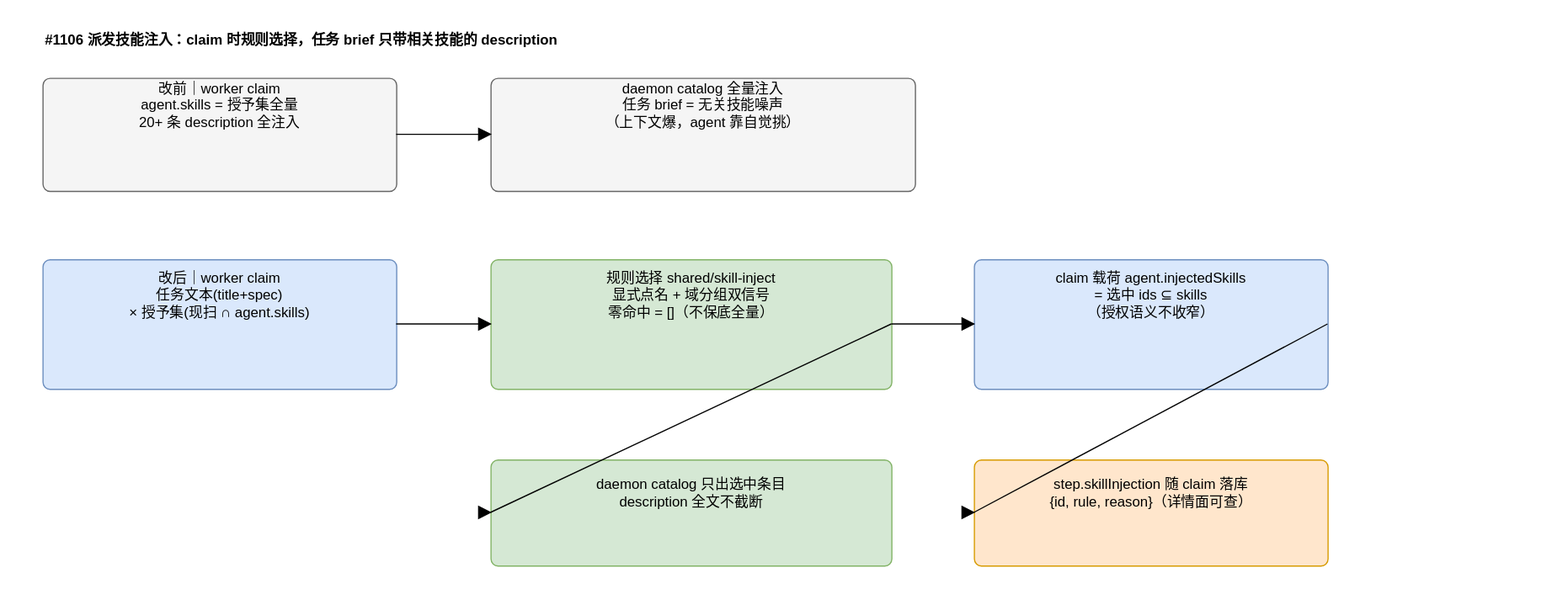
Above: docs/verify/1106/skill-inject-flow.drawio.svg in xiechimon/pacman (draw.io), before the change. Source tidied: cells renumbered, new cells last; positions are measured from the earlier drawing's top-left corner, leaving out a move shared by most shapes. Source of this version:
```xml
<mxGraphModel>
  <root>
    <mxCell id="0" />
    <mxCell id="1" parent="0" />
    <mxCell id="2" value="#1106 派发技能注入：claim 时规则选择，任务 brief 只带相关技能的 description" style="text;html=1;fontSize=12;align=left;" parent="1" vertex="1">
      <mxGeometry width="620" height="30" as="geometry" />
    </mxCell>
    <mxCell id="3" value="改前｜worker claim&lt;br&gt;agent.skills = 授予集全量&lt;br&gt;20+ 条 description 全注入" style="rounded=1;html=1;whiteSpace=wrap;fillColor=#f5f5f5;strokeColor=#666666;fontSize=12;" parent="1" vertex="1">
      <mxGeometry y="46" width="300" height="96" as="geometry" />
    </mxCell>
    <mxCell id="4" value="daemon catalog 全量注入&lt;br&gt;任务 brief = 无关技能噪声&lt;br&gt;（上下文爆，agent 靠自觉挑）" style="rounded=1;html=1;whiteSpace=wrap;fillColor=#f5f5f5;strokeColor=#666666;fontSize=12;" parent="1" vertex="1">
      <mxGeometry x="380" y="46" width="360" height="96" as="geometry" />
    </mxCell>
    <mxCell id="5" value="改后｜worker claim&lt;br&gt;任务文本(title+spec)&lt;br&gt;× 授予集(现扫 ∩ agent.skills)" style="rounded=1;html=1;whiteSpace=wrap;fillColor=#dae8fc;strokeColor=#6c8ebf;fontSize=12;" parent="1" vertex="1">
      <mxGeometry y="200" width="300" height="110" as="geometry" />
    </mxCell>
    <mxCell id="6" value="规则选择 shared/skill-inject&lt;br&gt;显式点名 + 域分组双信号&lt;br&gt;零命中 = []（不保底全量）" style="rounded=1;html=1;whiteSpace=wrap;fillColor=#d5e8d4;strokeColor=#82b366;fontSize=12;" parent="1" vertex="1">
      <mxGeometry x="380" y="200" width="340" height="110" as="geometry" />
    </mxCell>
    <mxCell id="7" value="claim 载荷 agent.injectedSkills&lt;br&gt;= 选中 ids ⊆ skills&lt;br&gt;（授权语义不收窄）" style="rounded=1;html=1;whiteSpace=wrap;fillColor=#dae8fc;strokeColor=#6c8ebf;fontSize=12;" parent="1" vertex="1">
      <mxGeometry x="790" y="200" width="300" height="110" as="geometry" />
    </mxCell>
    <mxCell id="8" value="daemon catalog 只出选中条目&lt;br&gt;description 全文不截断" style="rounded=1;html=1;whiteSpace=wrap;fillColor=#d5e8d4;strokeColor=#82b366;fontSize=12;" parent="1" vertex="1">
      <mxGeometry x="380" y="370" width="340" height="90" as="geometry" />
    </mxCell>
    <mxCell id="9" value="step.skillInjection 随 claim 落库&lt;br&gt;{id, rule, reason}（详情面可查）" style="rounded=1;html=1;whiteSpace=wrap;fillColor=#ffe6cc;strokeColor=#d79b00;fontSize=12;" parent="1" vertex="1">
      <mxGeometry x="790" y="370" width="300" height="90" as="geometry" />
    </mxCell>
    <mxCell id="10" style="edgeStyle=none;html=1;" parent="1" edge="1" source="3" target="4">
      <mxGeometry relative="1" as="geometry" />
    </mxCell>
    <mxCell id="11" style="edgeStyle=none;html=1;" parent="1" edge="1" source="5" target="6">
      <mxGeometry relative="1" as="geometry" />
    </mxCell>
    <mxCell id="12" style="edgeStyle=none;html=1;" parent="1" edge="1" source="6" target="7">
      <mxGeometry relative="1" as="geometry" />
    </mxCell>
    <mxCell id="13" style="edgeStyle=none;html=1;" parent="1" edge="1" source="7" target="9">
      <mxGeometry relative="1" as="geometry" />
    </mxCell>
    <mxCell id="14" style="edgeStyle=none;html=1;" parent="1" edge="1" source="6" target="8">
      <mxGeometry relative="1" as="geometry" />
    </mxCell>
  </root>
</mxGraphModel>
```
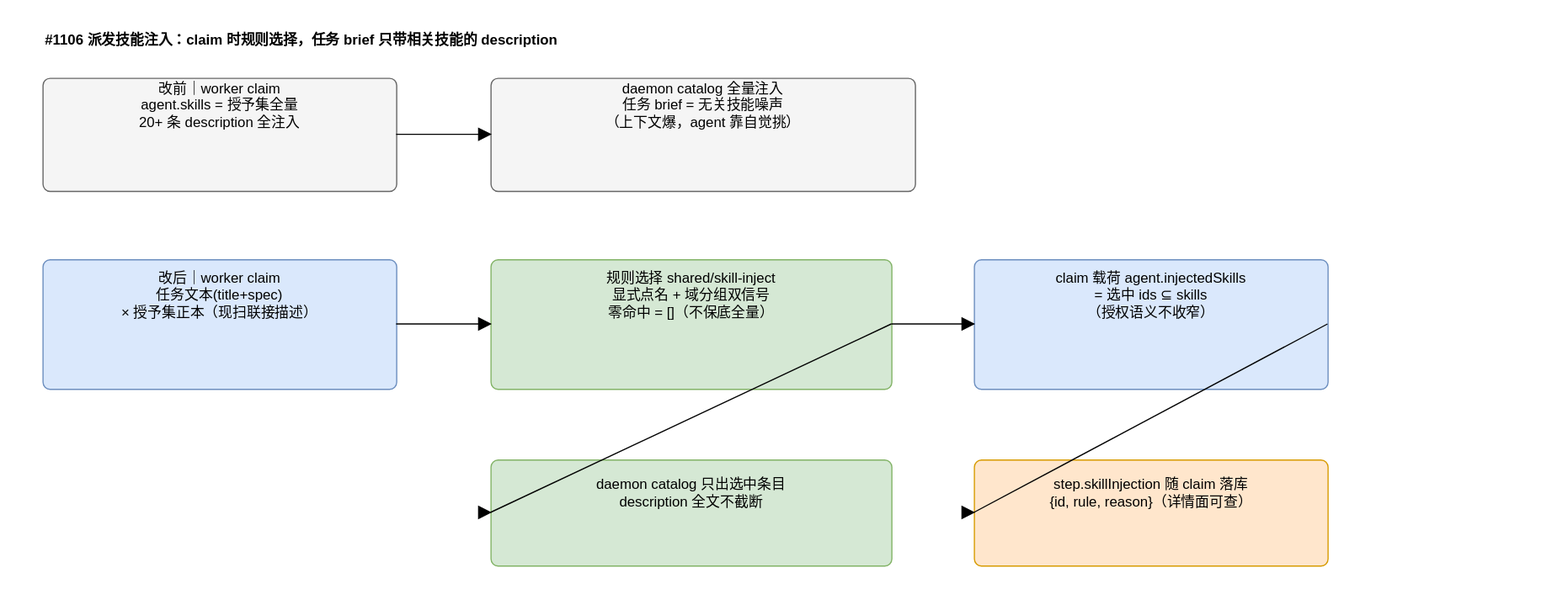
After the commit.

Commit message:
docs(1106): ship the drawio source and sync the selection wording

What changed in the source:
```diff
@@ -11,7 +11,7 @@
     <mxCell id="4" value="daemon catalog 全量注入&lt;br&gt;任务 brief = 无关技能噪声&lt;br&gt;（上下文爆，agent 靠自觉挑）" style="rounded=1;html=1;whiteSpace=wrap;fillColor=#f5f5f5;strokeColor=#666666;fontSize=12;" parent="1" vertex="1">
       <mxGeometry x="380" y="46" width="360" height="96" as="geometry" />
     </mxCell>
-    <mxCell id="5" value="改后｜worker claim&lt;br&gt;任务文本(title+spec)&lt;br&gt;× 授予集(现扫 ∩ agent.skills)" style="rounded=1;html=1;whiteSpace=wrap;fillColor=#dae8fc;strokeColor=#6c8ebf;fontSize=12;" parent="1" vertex="1">
+    <mxCell id="5" value="改后｜worker claim&lt;br&gt;任务文本(title+spec)&lt;br&gt;× 授予集正本（现扫联接描述）" style="rounded=1;html=1;whiteSpace=wrap;fillColor=#dae8fc;strokeColor=#6c8ebf;fontSize=12;" parent="1" vertex="1">
       <mxGeometry y="200" width="300" height="110" as="geometry" />
     </mxCell>
     <mxCell id="6" value="规则选择 shared/skill-inject&lt;br&gt;显式点名 + 域分组双信号&lt;br&gt;零命中 = []（不保底全量）" style="rounded=1;html=1;whiteSpace=wrap;fillColor=#d5e8d4;strokeColor=#82b366;fontSize=12;" parent="1" vertex="1">
```
